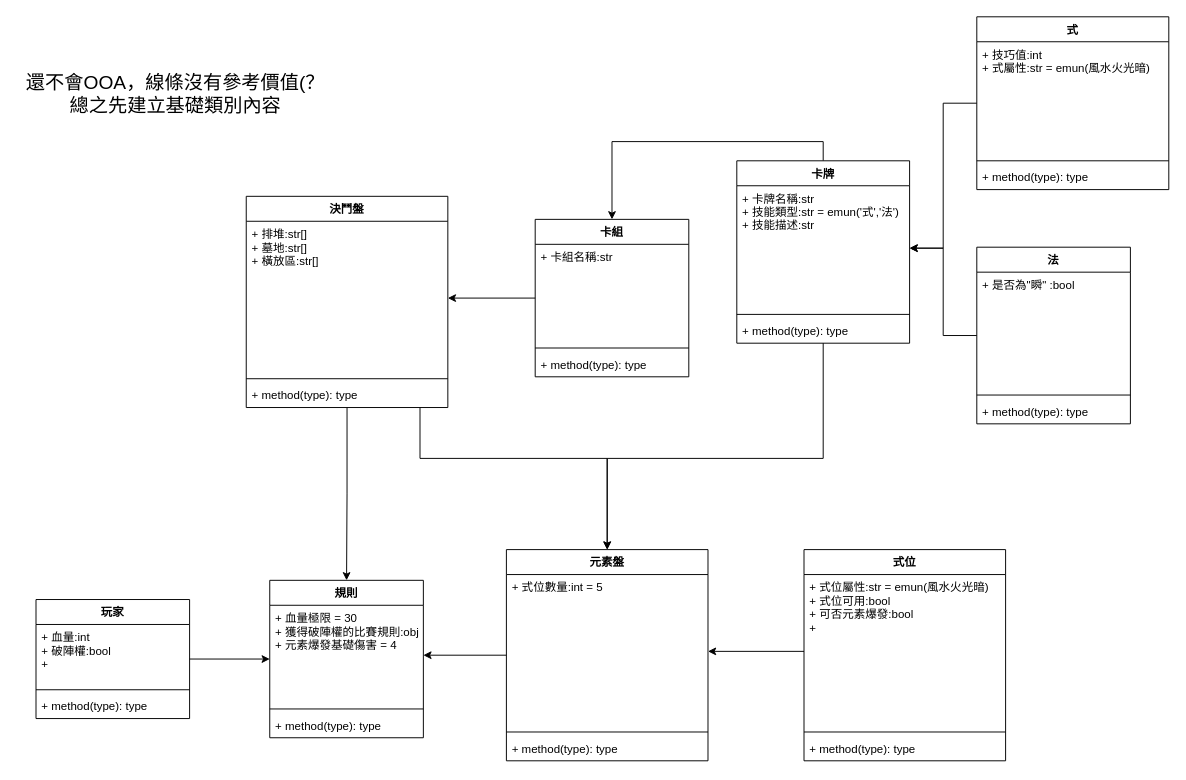
The draw.io diagram 類別分析.drawio in Game-as-a-Service/Cytus-Rhythm-Revolution, before the edit. Source tidied: cells renumbered, new cells numbered last; positions are measured from the earlier drawing's top-left corner, leaving out a move shared by most shapes. Both pictures are drawn from the tidied source at 96%, with x=0, y=0 at pixel (16, 16).
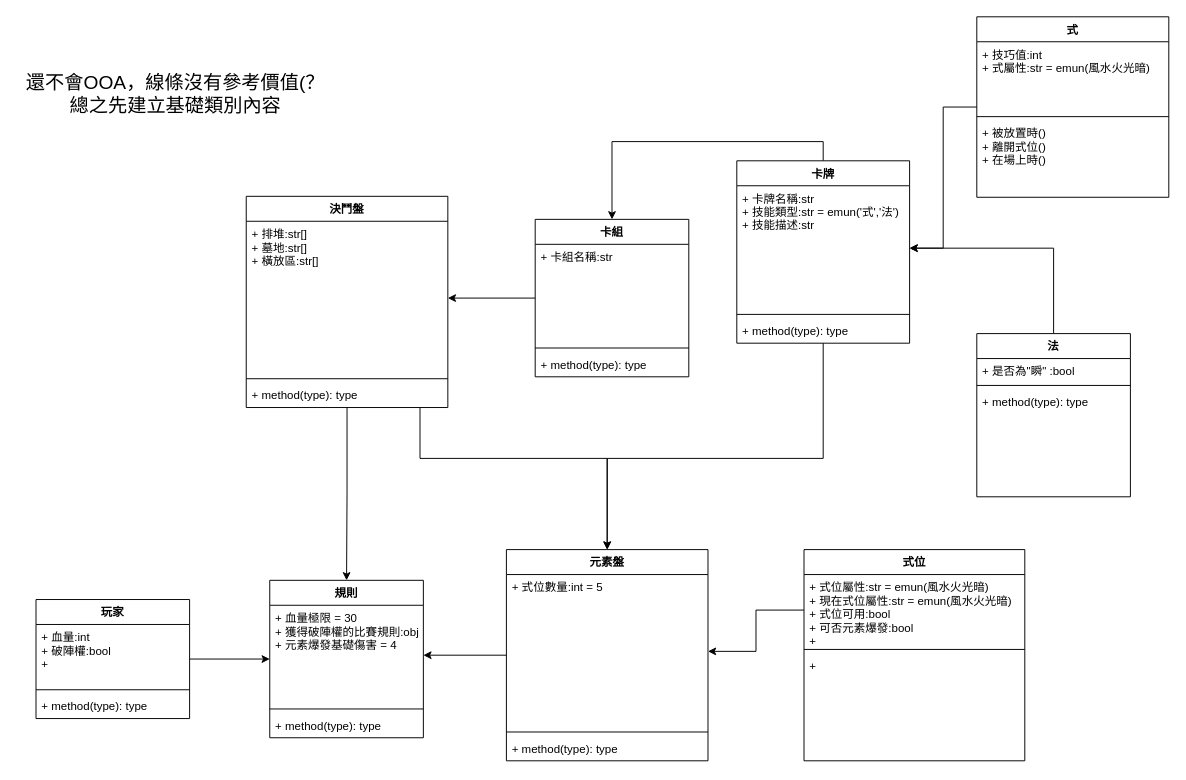
The same page after the edit.

Commit message:
🔧 類別分析 套用 "Area184"

What changed in the source:
```diff
@@
     <mxCell id="33" value="式位" style="swimlane;fontStyle=1;align=center;verticalAlign=top;horizontal=1;startSize=26;" parent="1" vertex="1">
-      <mxGeometry x="820" y="555" width="210" height="220" as="geometry" />
+      <mxGeometry x="820" y="555" width="230" height="220" as="geometry" />
     </mxCell>
-    <mxCell id="34" value="+ 式位屬性:str = emun(風水火光暗)&#10;+ 式位可用:bool&#10;+ 可否元素爆發:bool&#10;+ " style="text;strokeColor=none;fillColor=none;align=left;verticalAlign=top;spacingLeft=4;spacingRight=4;overflow=hidden;points=[[0,0.5],[1,0.5]];portConstraint=eastwest;" parent="33" vertex="1">
-      <mxGeometry y="26" width="210" height="160" as="geometry" />
+    <mxCell id="34" value="+ 式位屬性:str = emun(風水火光暗)&#10;+ 現在式位屬性:str = emun(風水火光暗)&#10;+ 式位可用:bool&#10;+ 可否元素爆發:bool&#10;+ " style="text;strokeColor=none;fillColor=none;align=left;verticalAlign=top;spacingLeft=4;spacingRight=4;overflow=hidden;points=[[0,0.5],[1,0.5]];portConstraint=eastwest;" parent="33" vertex="1">
+      <mxGeometry y="26" width="230" height="74" as="geometry" />
     </mxCell>
     <mxCell id="35" style="line;strokeWidth=1;fillColor=none;align=left;verticalAlign=middle;spacingTop=-1;spacingLeft=3;spacingRight=3;labelPosition=right;strokeColor=inherit;" parent="33" vertex="1">
-      <mxGeometry y="186" width="210" height="8" as="geometry" />
+      <mxGeometry y="100" width="230" height="8" as="geometry" />
     </mxCell>
-    <mxCell id="36" value="+ method(type): type" style="text;strokeColor=none;fillColor=none;align=left;verticalAlign=top;spacingLeft=4;spacingRight=4;overflow=hidden;" parent="33" vertex="1">
-      <mxGeometry y="194" width="210" height="26" as="geometry" />
+    <mxCell id="36" value="+ " style="text;strokeColor=none;fillColor=none;align=left;verticalAlign=top;spacingLeft=4;spacingRight=4;overflow=hidden;" parent="33" vertex="1">
+      <mxGeometry y="108" width="230" height="112" as="geometry" />
     </mxCell>
@@
     <mxCell id="39" value="式" style="swimlane;fontStyle=1;align=center;verticalAlign=top;horizontal=1;startSize=26;" parent="1" vertex="1">
-      <mxGeometry x="1000" width="200" height="180" as="geometry" />
+      <mxGeometry x="1000" width="200" height="188" as="geometry" />
     </mxCell>
     <mxCell id="40" value="+ 技巧值:int&#10;+ 式屬性:str = emun(風水火光暗)&#10;" style="text;strokeColor=none;fillColor=none;align=left;verticalAlign=top;spacingLeft=4;spacingRight=4;overflow=hidden;" parent="39" vertex="1">
-      <mxGeometry y="26" width="200" height="120" as="geometry" />
+      <mxGeometry y="26" width="200" height="74" as="geometry" />
     </mxCell>
     <mxCell id="41" style="line;strokeWidth=1;fillColor=none;align=left;verticalAlign=middle;spacingTop=-1;spacingLeft=3;spacingRight=3;labelPosition=right;strokeColor=inherit;" parent="39" vertex="1">
-      <mxGeometry y="146" width="200" height="8" as="geometry" />
+      <mxGeometry y="100" width="200" height="8" as="geometry" />
     </mxCell>
-    <mxCell id="42" value="+ method(type): type" style="text;strokeColor=none;fillColor=none;align=left;verticalAlign=top;spacingLeft=4;spacingRight=4;overflow=hidden;" parent="39" vertex="1">
-      <mxGeometry y="154" width="200" height="26" as="geometry" />
+    <mxCell id="42" value="+ 被放置時()&#10;+ 離開式位()&#10;+ 在場上時()" style="text;strokeColor=none;fillColor=none;align=left;verticalAlign=top;spacingLeft=4;spacingRight=4;overflow=hidden;" parent="39" vertex="1">
+      <mxGeometry y="108" width="200" height="80" as="geometry" />
     </mxCell>
@@
     <mxCell id="44" value="法" style="swimlane;fontStyle=1;align=center;verticalAlign=top;horizontal=1;startSize=26;" parent="1" vertex="1">
-      <mxGeometry x="1000" y="240" width="160" height="184" as="geometry" />
+      <mxGeometry x="1000" y="330" width="160" height="170" as="geometry" />
     </mxCell>
     <mxCell id="45" value="+ 是否為&quot;瞬&quot; :bool &#10;&#10;" style="text;strokeColor=none;fillColor=none;align=left;verticalAlign=top;spacingLeft=4;spacingRight=4;overflow=hidden;" parent="44" vertex="1">
-      <mxGeometry y="26" width="160" height="124" as="geometry" />
+      <mxGeometry y="26" width="160" height="24" as="geometry" />
     </mxCell>
     <mxCell id="46" style="line;strokeWidth=1;fillColor=none;align=left;verticalAlign=middle;spacingTop=-1;spacingLeft=3;spacingRight=3;labelPosition=right;strokeColor=inherit;" parent="44" vertex="1">
-      <mxGeometry y="150" width="160" height="8" as="geometry" />
+      <mxGeometry y="50" width="160" height="8" as="geometry" />
     </mxCell>
     <mxCell id="47" value="+ method(type): type" style="text;strokeColor=none;fillColor=none;align=left;verticalAlign=top;spacingLeft=4;spacingRight=4;overflow=hidden;" parent="44" vertex="1">
-      <mxGeometry y="158" width="160" height="26" as="geometry" />
+      <mxGeometry y="58" width="160" height="112" as="geometry" />
     </mxCell>
```
